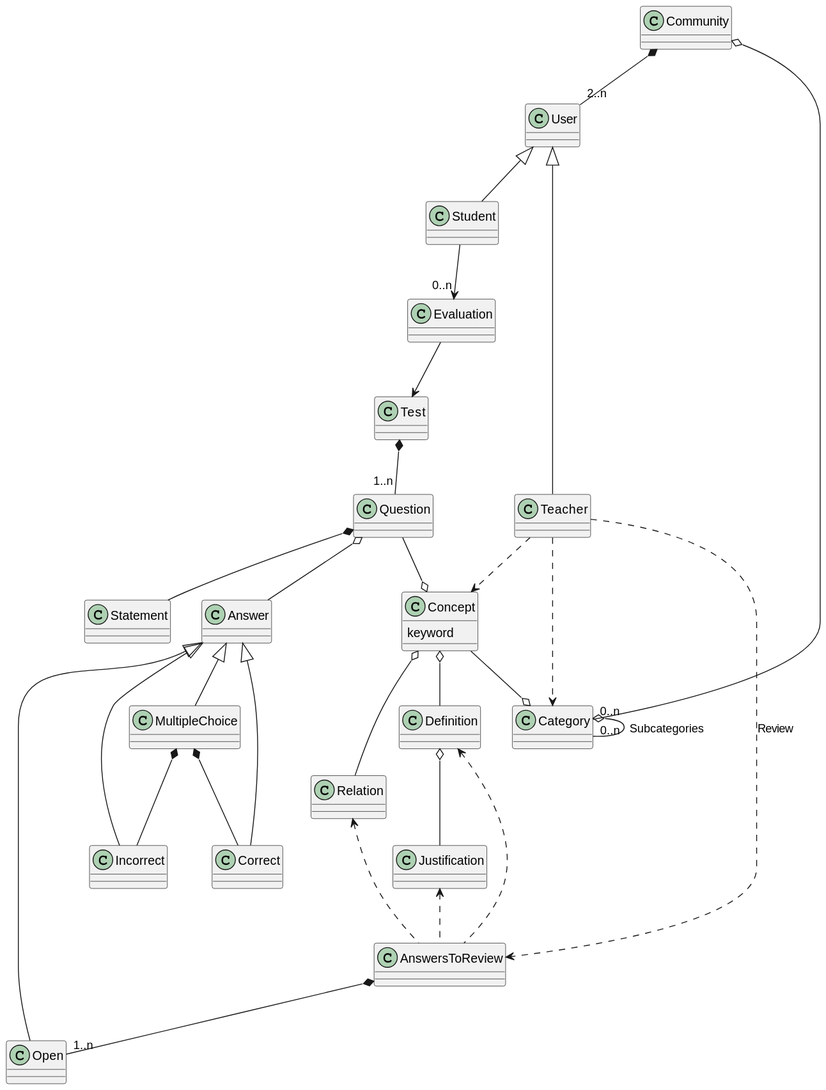
Before: out/doc/dominio_clases/OpoTestDomain.svg, a diagram exported from PlantUML (Joselon/ProyectoOpoTest).
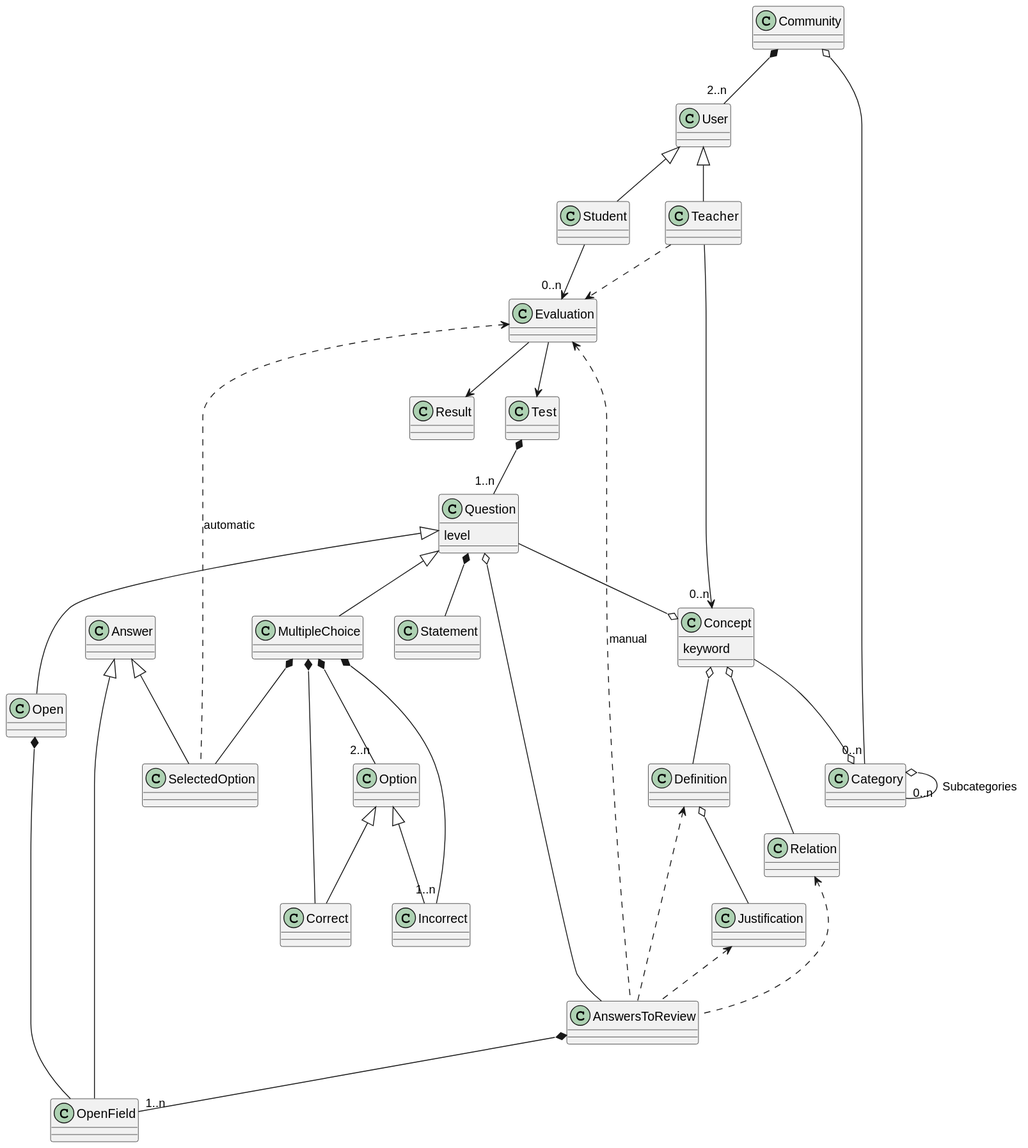
After the commit.

Change to the diagram source:
```diff
@@ -10,6 +10,8 @@
 
 class Evaluation
 
+class Result
+
 class Category
 
 class Test
@@ -20,28 +22,38 @@
     keyword
 }
 
-class Open
-
-class Question
-
-class MultipleChoice
+class Question {
+    level
+}
 
 class Statement
 
 class Answer
 
+class Open
+
+class MultipleChoice
+
+class Option
+
 class Correct
 
 Class Incorrect
 
+class OpenField
+
+Class SelectedOption
+
+
 Community *-- "2..n" User
 Community o-- "0..n" Category
+
+Category o--"0..n" Category : Subcategories
 
 User <|-- Teacher
 User <|-- Student
 
-Teacher ..> Category
-Teacher ..> Concept
+Teacher -->"0..n" Concept
 Concept --o Category
 Question --o Concept
 Concept o-- Definition
@@ -50,26 +62,30 @@
 
 Student --> "0..n" Evaluation
 Evaluation --> Test
+Evaluation --> Result
 
-Teacher ..> AnswersToReview : Review
-AnswersToReview *-- "1..n" Open
+Teacher ..> Evaluation
+AnswersToReview *-- "1..n" OpenField
 Definition <.. AnswersToReview
 Justification <.. AnswersToReview
 Relation <.. AnswersToReview
 
+Evaluation <.. AnswersToReview : manual
+Evaluation <.. SelectedOption : automatic
+
 Test *-- "1..n" Question
+Question <|-- MultipleChoice
+Question <|-- Open
 Question *--   Statement
-Question o-- Answer
-MultipleChoice *-- Incorrect
+MultipleChoice *-- "2..n" Option
+Option <|-- Incorrect
+Option <|-- Correct
 MultipleChoice *-- Correct
-Answer <|-- Correct
-Answer <|-- Incorrect
-Answer <|-- Open
-Answer <|-- MultipleChoice
-
-
-Category o--"0..n" Category : Subcategories
-
-
+MultipleChoice *-- "1..n" Incorrect
+MultipleChoice *-- SelectedOption
+Open *-- OpenField
+Answer <|-- OpenField
+Answer <|-- SelectedOption
+Question o-- AnswersToReview
 
 @enduml
```
